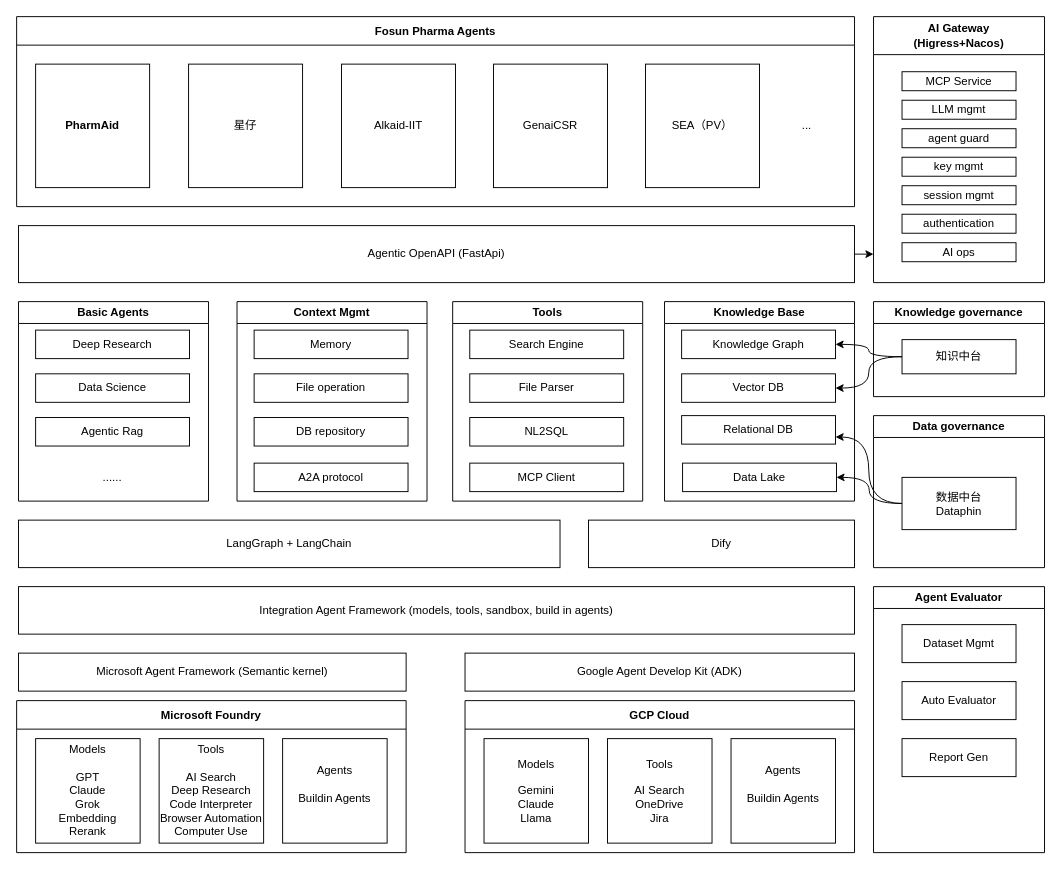
Above: public/AgentFramework.drawio in leestar991/agi-proxy (draw.io), before the change. Source tidied: cells renumbered, new cells numbered last; positions are measured from the earlier drawing's top-left corner, leaving out a move shared by most shapes. Both pictures are drawn from the tidied source at 95%, with x=0, y=0 at pixel (16, 16).
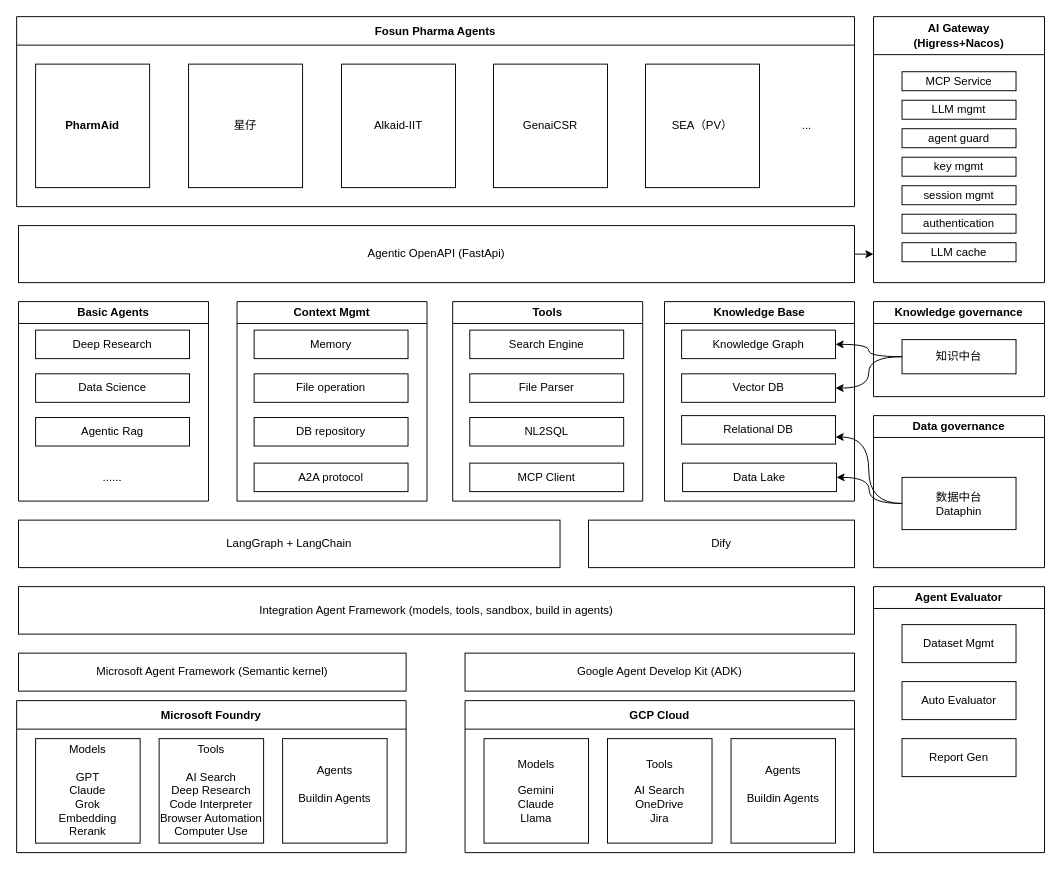
The same page after the edit.

The change refers to these unchanged cells:
```xml
<mxCell id="39" value="AI Gateway&lt;div&gt;(Higress+Nacos)&lt;/div&gt;" style="swimlane;whiteSpace=wrap;html=1;startSize=40;" parent="1" vertex="1">
  <mxGeometry x="902" width="180" height="280" as="geometry" />
</mxCell>
```

Change to the diagram source:
```diff
@@
-    <mxCell id="46" value="AI ops" style="rounded=0;whiteSpace=wrap;html=1;" parent="39" vertex="1">
+    <mxCell id="46" value="LLM cache" style="rounded=0;whiteSpace=wrap;html=1;" parent="39" vertex="1">
       <mxGeometry x="30" y="238" width="120" height="20" as="geometry" />
     </mxCell>
```
